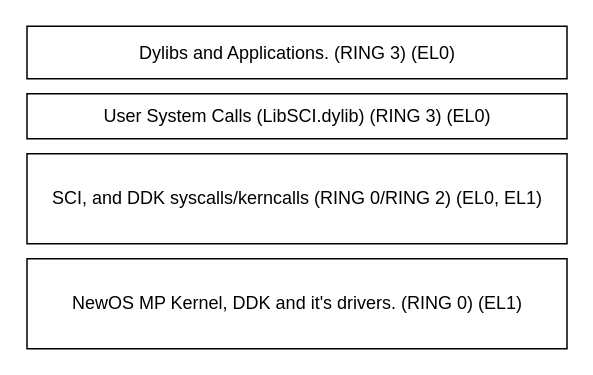
Above: doc/OS_DESIGN.drawio in nekernel-org/nekernel (draw.io), before the change. Source tidied: cells renumbered, new cells numbered last; positions are measured from the earlier drawing's top-left corner, leaving out a move shared by most shapes. Both pictures are drawn from the tidied source at 150%, with x=0, y=0 at pixel (27, 26).
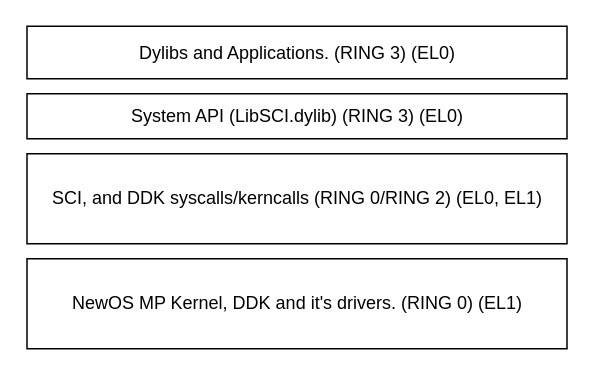
The same page after the edit.

Commit message:
Use professional term instead of 'User System Calls'

The edit, as a diff of the source:
```diff
@@
 <mxGraphModel>
   <root>
     <mxCell id="0" />
     <mxCell id="1" parent="0" />
-    <mxCell id="2" value="User System Calls (LibSCI.dylib) (RING 3) (EL0)" style="rounded=0;whiteSpace=wrap;html=1;" parent="1" vertex="1">
+    <mxCell id="2" value="System API (LibSCI.dylib) (RING 3) (EL0)" style="rounded=0;whiteSpace=wrap;html=1;" parent="1" vertex="1">
       <mxGeometry x="-0.5" y="45" width="360" height="30" as="geometry" />
     </mxCell>
     <mxCell id="3" value="Dylibs and Applications. (RING 3) (EL0)" style="rounded=0;whiteSpace=wrap;html=1;" parent="1" vertex="1">
       <mxGeometry x="-0.5" width="360" height="35" as="geometry" />
     </mxCell>
     <mxCell id="4" value="NewOS MP Kernel, DDK and it's drivers. (RING 0) (EL1)" style="rounded=0;whiteSpace=wrap;html=1;" parent="1" vertex="1">
       <mxGeometry x="-0.5" y="155" width="360" height="60" as="geometry" />
     </mxCell>
     <mxCell id="5" value="SCI, and DDK syscalls/kerncalls (RING 0/RING 2) (EL0, EL1)" style="rounded=0;whiteSpace=wrap;html=1;" parent="1" vertex="1">
       <mxGeometry x="-0.5" y="85" width="360" height="60" as="geometry" />
     </mxCell>
   </root>
 </mxGraphModel>
```
